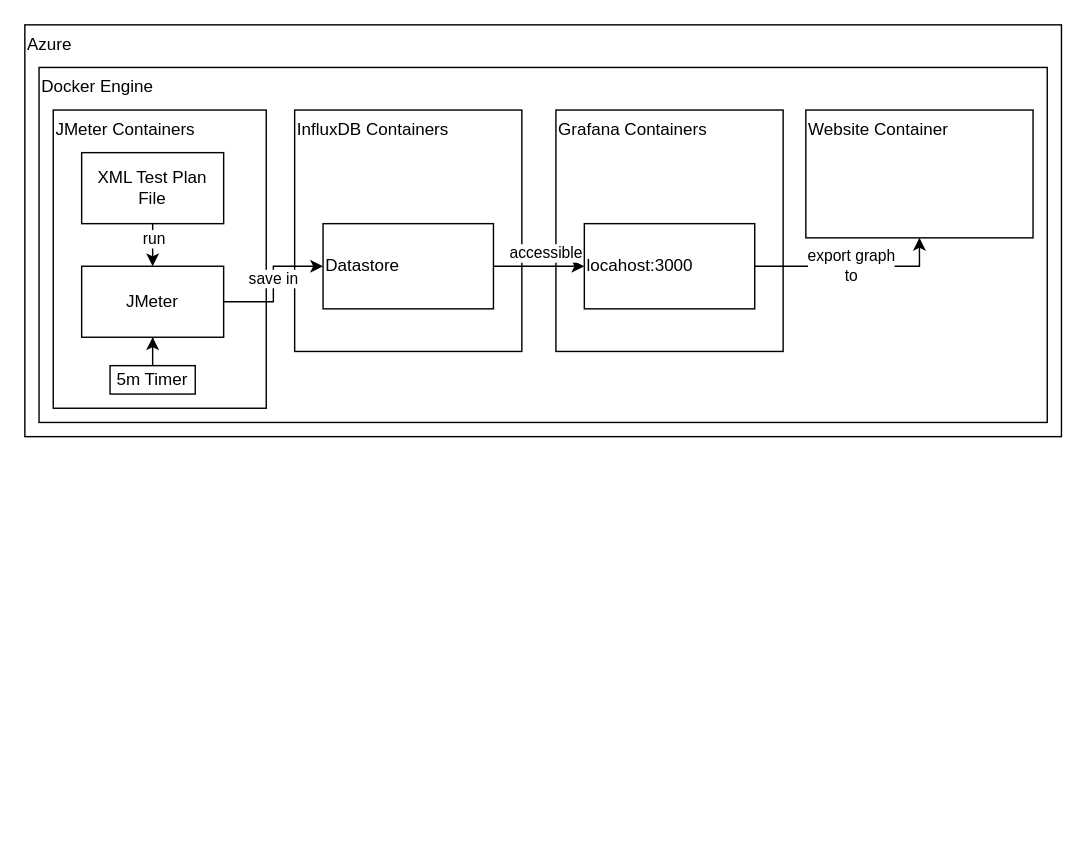
Before: Documentation/Diagram/firstDiagram.drawio in ruipinto17/IndustrialConsultingProject-COM617, a draw.io diagram. Source tidied: cells renumbered, new cells numbered last; positions are measured from the earlier drawing's top-left corner, leaving out a move shared by most shapes. Both pictures are drawn from the tidied source at 142%, with x=0, y=0 at pixel (24, 24).
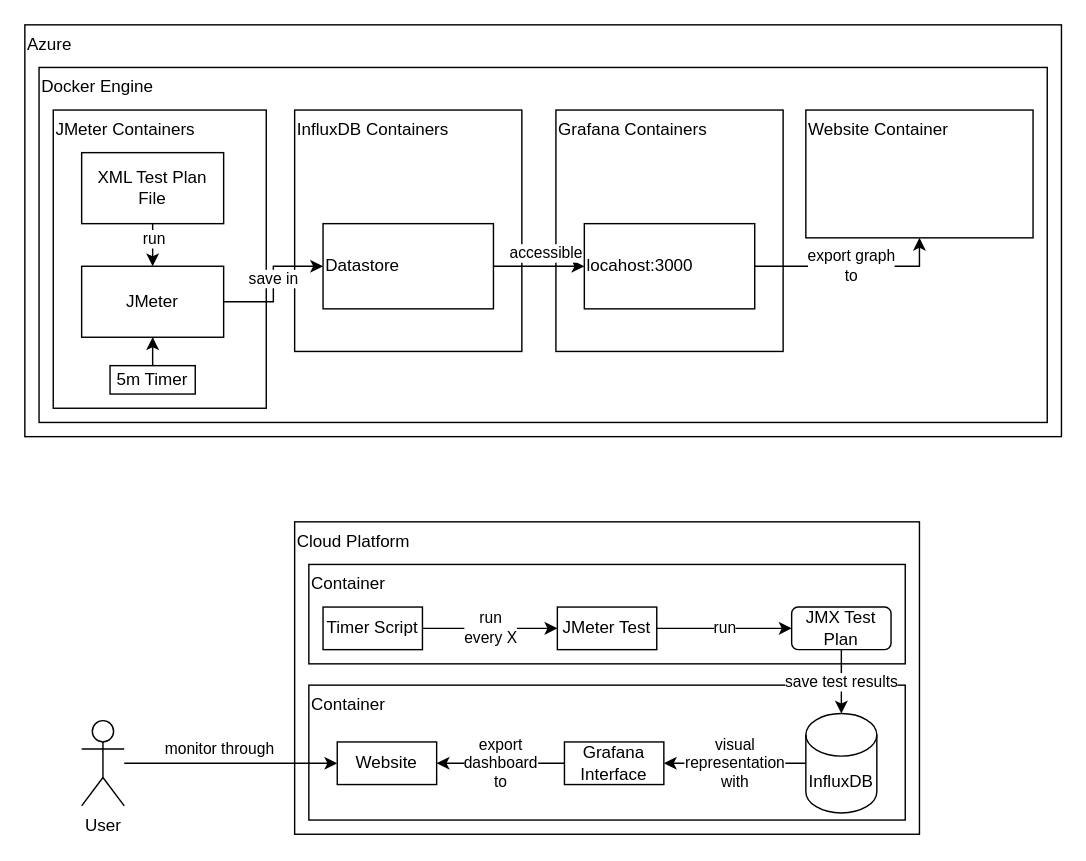
The same diagram, later.

The edit, as a diff of the source:
```diff
@@
+    <mxCell id="20" value="Cloud Platform" style="rounded=0;whiteSpace=wrap;html=1;align=left;verticalAlign=top;" parent="1" vertex="1">
+      <mxGeometry x="190" y="350" width="440" height="220" as="geometry" />
+    </mxCell>
+    <mxCell id="21" value="Container" style="rounded=0;whiteSpace=wrap;html=1;align=left;verticalAlign=top;" parent="1" vertex="1">
+      <mxGeometry x="200" y="465" width="420" height="95" as="geometry" />
+    </mxCell>
@@
+    <mxCell id="22" value="Container" style="rounded=0;whiteSpace=wrap;html=1;align=left;verticalAlign=top;" parent="1" vertex="1">
+      <mxGeometry x="200" y="380" width="420" height="70" as="geometry" />
+    </mxCell>
+    <mxCell id="23" value="monitor through" style="edgeStyle=orthogonalEdgeStyle;rounded=0;jettySize=auto;html=1;entryX=0;entryY=0.5;entryDx=0;entryDy=0;" parent="1" edge="1" source="24" target="25">
+      <mxGeometry x="-0.11" y="10" relative="1" as="geometry" />
+    </mxCell>
+    <mxCell id="24" value="User" style="shape=umlActor;verticalLabelPosition=bottom;verticalAlign=top;html=1;outlineConnect=0;" parent="1" vertex="1">
+      <mxGeometry x="40" y="490" width="30" height="60" as="geometry" />
+    </mxCell>
+    <mxCell id="25" value="Website" style="rounded=0;whiteSpace=wrap;html=1;align=center;verticalAlign=middle;" parent="1" vertex="1">
+      <mxGeometry x="220" y="505" width="70" height="30" as="geometry" />
+    </mxCell>
+    <mxCell id="26" value="export&lt;br&gt;dashboard&lt;br&gt;to" style="edgeStyle=orthogonalEdgeStyle;rounded=0;jettySize=auto;html=1;entryX=1;entryY=0.5;entryDx=0;entryDy=0;" parent="1" edge="1" source="27" target="25">
+      <mxGeometry relative="1" as="geometry" />
+    </mxCell>
+    <mxCell id="27" value="Grafana&lt;br&gt;Interface" style="rounded=0;whiteSpace=wrap;html=1;align=center;verticalAlign=middle;" parent="1" vertex="1">
+      <mxGeometry x="380" y="505" width="70" height="30" as="geometry" />
+    </mxCell>
+    <mxCell id="28" value="run" style="edgeStyle=orthogonalEdgeStyle;rounded=0;jettySize=auto;html=1;entryX=0;entryY=0.5;entryDx=0;entryDy=0;" parent="1" edge="1" source="29" target="31">
+      <mxGeometry relative="1" as="geometry" />
+    </mxCell>
+    <mxCell id="29" value="JMeter Test" style="rounded=0;whiteSpace=wrap;html=1;align=center;verticalAlign=middle;" parent="1" vertex="1">
+      <mxGeometry x="375" y="410" width="70" height="30" as="geometry" />
+    </mxCell>
+    <mxCell id="30" value="save test results" style="edgeStyle=orthogonalEdgeStyle;rounded=0;jettySize=auto;html=1;entryX=0.5;entryY=0;entryDx=0;entryDy=0;entryPerimeter=0;" parent="1" edge="1" source="31" target="33">
+      <mxGeometry relative="1" as="geometry" />
+    </mxCell>
+    <mxCell id="31" value="JMX Test Plan" style="rounded=1;whiteSpace=wrap;html=1;align=center;" parent="1" vertex="1">
+      <mxGeometry x="540" y="410" width="70" height="30" as="geometry" />
+    </mxCell>
+    <mxCell id="32" value="visual &lt;br&gt;representation &lt;br&gt;with" style="edgeStyle=orthogonalEdgeStyle;rounded=0;jettySize=auto;html=1;entryX=1;entryY=0.5;entryDx=0;entryDy=0;" parent="1" edge="1" source="33" target="27">
+      <mxGeometry relative="1" as="geometry" />
+    </mxCell>
+    <mxCell id="33" value="InfluxDB" style="shape=cylinder3;whiteSpace=wrap;html=1;boundedLbl=1;backgroundOutline=1;size=15;align=center;" parent="1" vertex="1">
+      <mxGeometry x="550" y="485" width="50" height="70" as="geometry" />
+    </mxCell>
+    <mxCell id="34" value="run&lt;br&gt;every X" style="edgeStyle=orthogonalEdgeStyle;rounded=0;jettySize=auto;html=1;entryX=0;entryY=0.5;entryDx=0;entryDy=0;" parent="1" edge="1" source="35" target="29">
+      <mxGeometry relative="1" as="geometry" />
+    </mxCell>
+    <mxCell id="35" value="Timer Script" style="rounded=0;whiteSpace=wrap;html=1;align=center;verticalAlign=middle;" parent="1" vertex="1">
+      <mxGeometry x="210" y="410" width="70" height="30" as="geometry" />
+    </mxCell>
```
